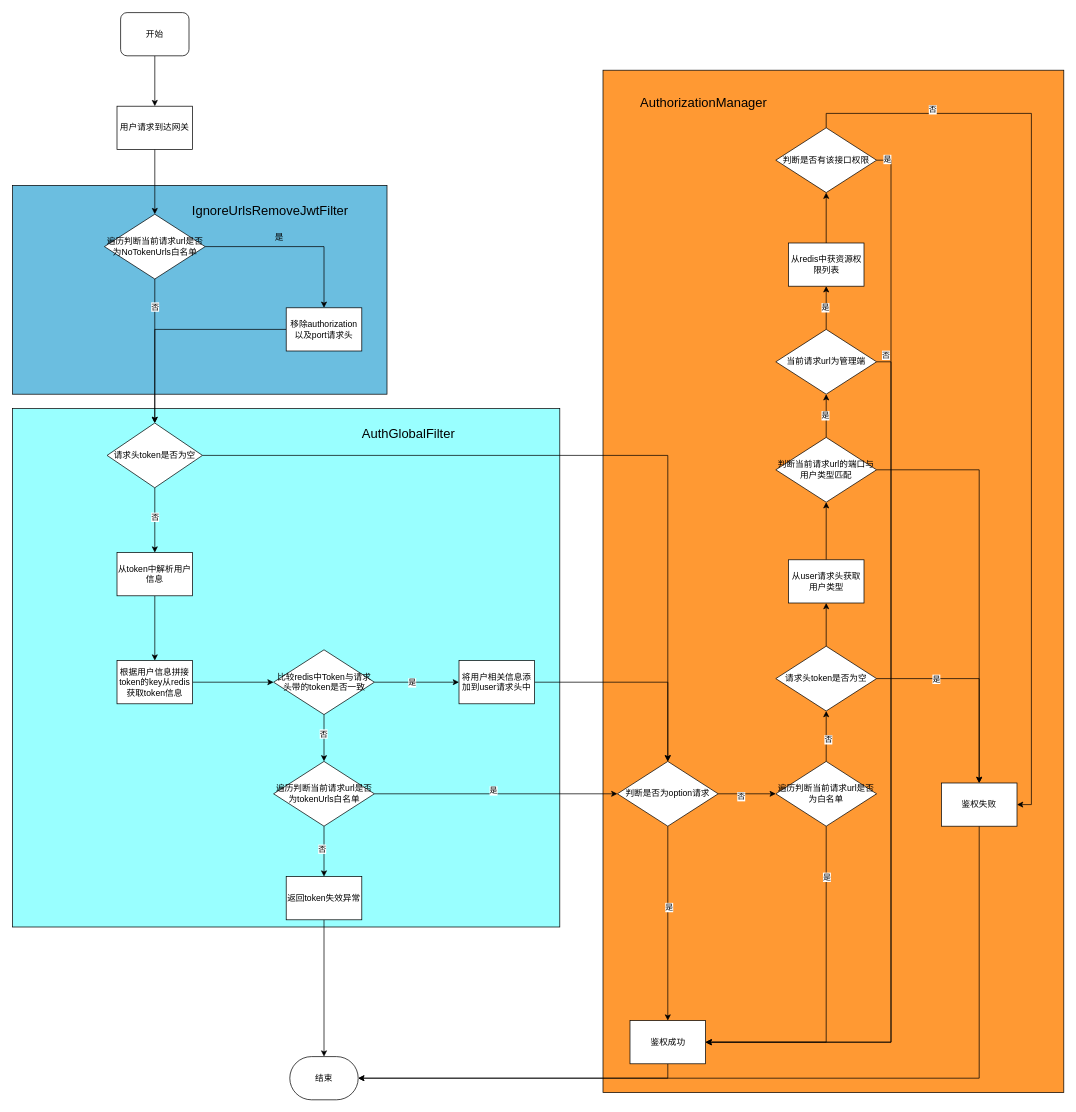
The draw.io diagram drawio/nct_auth.drawio in hl3482477/BigDataLearnIng, before the edit. Source tidied: cells renumbered, new cells numbered last; positions are measured from the earlier drawing's top-left corner, leaving out a move shared by most shapes. Both pictures are drawn from the tidied source at 72%, with x=0, y=0 at pixel (12, 12).
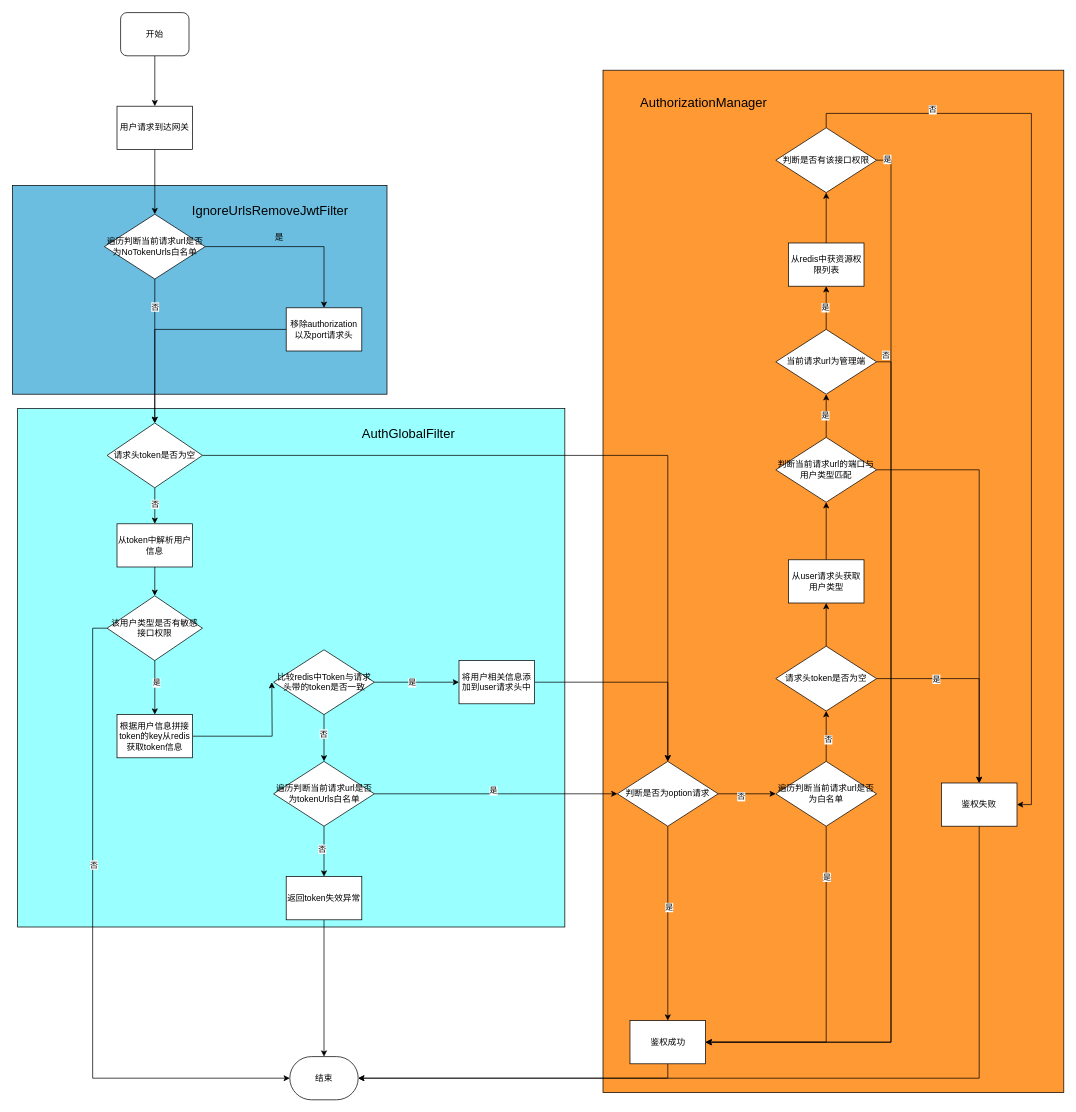
The same diagram, later.

The change refers to these unchanged cells:
```xml
<mxCell id="27" value="比较redis中Token与请求头带的token是否一致" style="rhombus;whiteSpace=wrap;html=1;" parent="1" vertex="1">
  <mxGeometry x="362.5" y="885" width="140" height="90" as="geometry" />
</mxCell>
<mxCell id="62" value="结束" style="rounded=1;whiteSpace=wrap;html=1;arcSize=50;" parent="1" vertex="1">
  <mxGeometry x="385" y="1450" width="95" height="60" as="geometry" />
</mxCell>
```

The edit, as a diff of the source:
```diff
@@
     <mxCell id="3" style="rounded=0;whiteSpace=wrap;html=1;fillColor=#99FFFF;" parent="1" vertex="1">
-      <mxGeometry y="550" width="760" height="720" as="geometry" />
+      <mxGeometry x="7" y="550" width="760" height="720" as="geometry" />
     </mxCell>
@@
-    <mxCell id="19" style="edgeStyle=orthogonalEdgeStyle;rounded=0;jettySize=auto;html=1;" parent="1" edge="1" source="20" target="22">
-      <mxGeometry relative="1" as="geometry" />
-    </mxCell>
+    <mxCell id="78" style="edgeStyle=orthogonalEdgeStyle;rounded=0;jettySize=auto;html=1;exitX=0.5;exitY=1;exitDx=0;exitDy=0;entryX=0.5;entryY=0;entryDx=0;entryDy=0;" parent="1" edge="1" source="20" target="84">
+      <mxGeometry relative="1" as="geometry" />
+    </mxCell>
     <mxCell id="20" value="从token中解析用户信息" style="rounded=0;whiteSpace=wrap;html=1;" parent="1" vertex="1">
-      <mxGeometry x="145" y="750" width="105" height="60" as="geometry" />
+      <mxGeometry x="145" y="710" width="105" height="60" as="geometry" />
     </mxCell>
-    <mxCell id="21" style="edgeStyle=orthogonalEdgeStyle;rounded=0;jettySize=auto;html=1;" parent="1" edge="1" source="22" target="27">
-      <mxGeometry relative="1" as="geometry" />
-    </mxCell>
+    <mxCell id="79" style="edgeStyle=orthogonalEdgeStyle;rounded=0;jettySize=auto;html=1;exitX=1;exitY=0.5;exitDx=0;exitDy=0;" parent="1" edge="1" source="22">
+      <mxGeometry relative="1" as="geometry">
+        <mxPoint x="360" y="930" as="targetPoint" />
+      </mxGeometry>
+    </mxCell>
     <mxCell id="22" value="根据用户信息拼接token的key从redis获取token信息" style="rounded=0;whiteSpace=wrap;html=1;" parent="1" vertex="1">
-      <mxGeometry x="145" y="900" width="105" height="60" as="geometry" />
+      <mxGeometry x="145" y="975" width="105" height="60" as="geometry" />
     </mxCell>
@@
+    <mxCell id="80" style="edgeStyle=orthogonalEdgeStyle;rounded=0;jettySize=auto;html=1;exitX=0;exitY=0.5;exitDx=0;exitDy=0;entryX=0;entryY=0.5;entryDx=0;entryDy=0;" parent="1" edge="1" source="84" target="62">
+      <mxGeometry relative="1" as="geometry" />
+    </mxCell>
+    <mxCell id="81" value="否" style="edgeLabel;html=1;align=center;verticalAlign=middle;" parent="80" vertex="1">
+      <mxGeometry x="-0.24" y="1" relative="1" as="geometry">
+        <mxPoint y="-1" as="offset" />
+      </mxGeometry>
+    </mxCell>
+    <mxCell id="82" style="edgeStyle=orthogonalEdgeStyle;rounded=0;jettySize=auto;html=1;" parent="1" edge="1" source="84" target="22">
+      <mxGeometry relative="1" as="geometry" />
+    </mxCell>
+    <mxCell id="83" value="是" style="edgeLabel;html=1;align=center;verticalAlign=middle;" parent="82" vertex="1">
+      <mxGeometry x="-0.14" y="2" relative="1" as="geometry">
+        <mxPoint y="-1" as="offset" />
+      </mxGeometry>
+    </mxCell>
+    <mxCell id="84" value="该用户类型是否有敏感接口权限" style="rhombus;whiteSpace=wrap;html=1;" parent="1" vertex="1">
+      <mxGeometry x="131.2" y="810" width="132.5" height="90" as="geometry" />
+    </mxCell>
```
